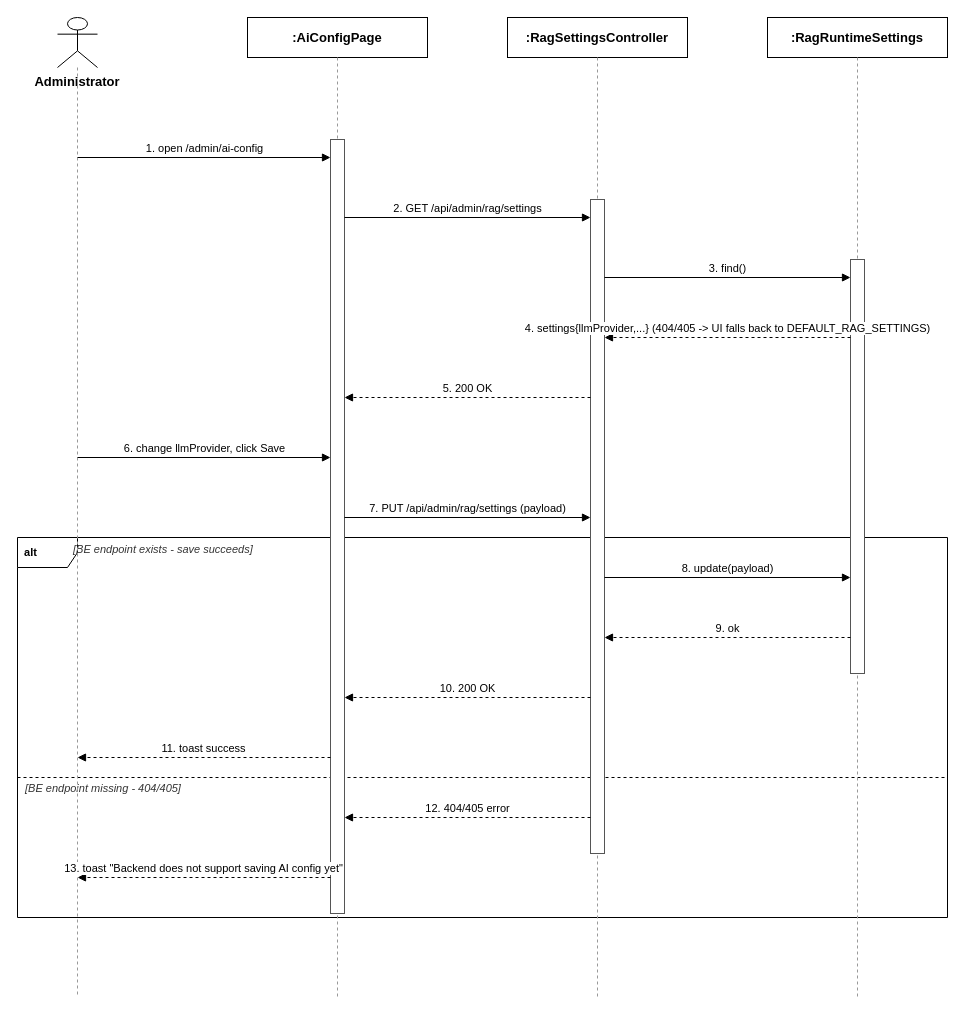
Before: docs/qa/sequence-diagrams/Report4_SequenceDiagram_SystemConfigurationManagement.drawio in tulklk/AI_Interview_Question_Generation_RAG_LLM_FE, a draw.io diagram. Source tidied: cells renumbered, new cells numbered last; positions are measured from the earlier drawing's top-left corner, leaving out a move shared by most shapes. Both pictures are drawn from the tidied source at 100%, with x=0, y=0 at pixel (17, 17).
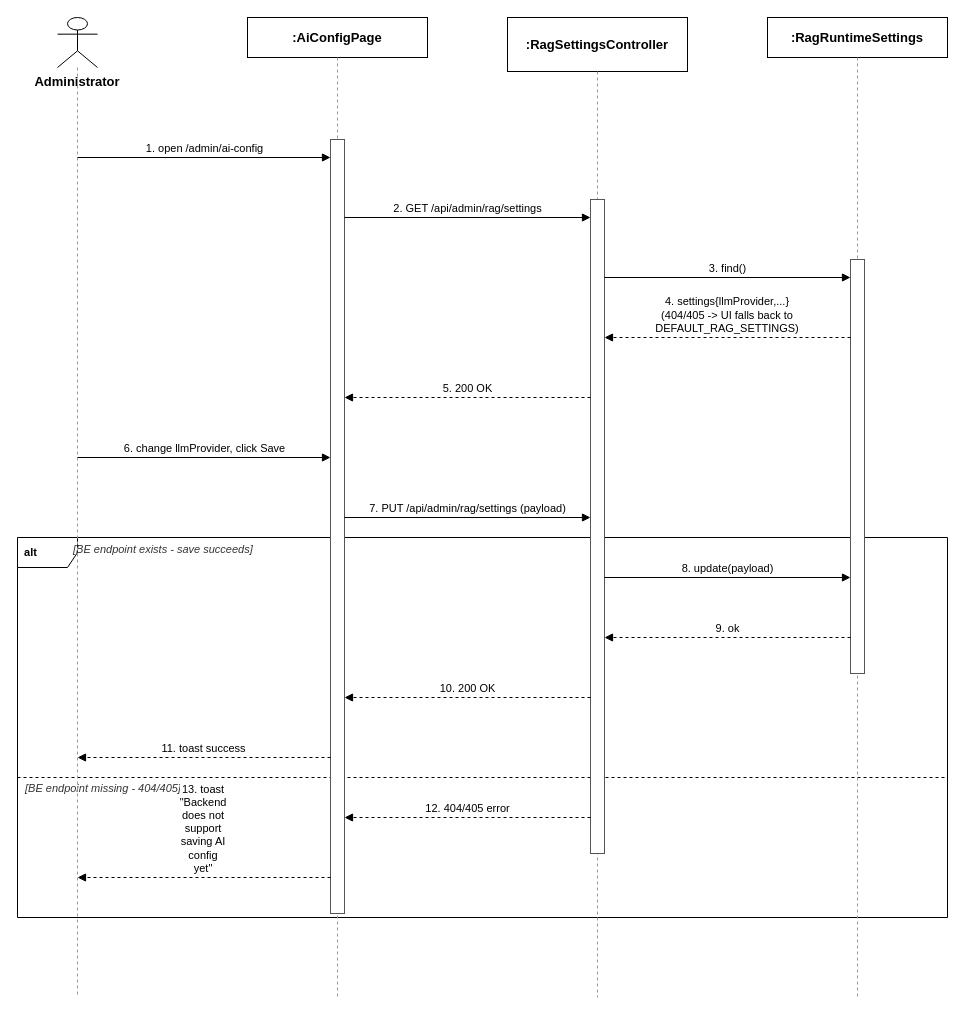
After the change.

The edit, as a diff of the source:
```diff
@@
     <mxCell id="10" value=":RagSettingsController" style="rounded=0;whiteSpace=wrap;html=1;fontSize=13;fillColor=#ffffff;strokeColor=#000000;fontStyle=1;" parent="1" vertex="1">
-      <mxGeometry x="490" width="180" height="40" as="geometry" />
+      <mxGeometry x="490" width="180" height="54" as="geometry" />
     </mxCell>
     <mxCell id="11" style="endArrow=none;dashed=1;html=1;strokeColor=#999999;" parent="1" edge="1">
       <mxGeometry relative="1" as="geometry">
-        <mxPoint x="580" y="40" as="sourcePoint" />
+        <mxPoint x="580" y="54" as="sourcePoint" />
         <mxPoint x="580" y="980" as="targetPoint" />
       </mxGeometry>
     </mxCell>
@@
-    <mxCell id="20" value="4. settings{llmProvider,...} (404/405 -&gt; UI falls back to DEFAULT_RAG_SETTINGS)" style="endArrow=block;endFill=1;html=1;dashed=1;fontSize=11;align=center;verticalAlign=bottom;labelBackgroundColor=#ffffff;strokeColor=#000000;" parent="1" edge="1">
+    <mxCell id="20" value="4. settings{llmProvider,...} (404/405 -&gt; UI falls back to DEFAULT_RAG_SETTINGS)" style="endArrow=block;endFill=1;html=1;whiteSpace=wrap;dashed=1;fontSize=11;align=center;verticalAlign=bottom;labelBackgroundColor=#ffffff;strokeColor=#000000;" parent="1" edge="1">
       <mxGeometry relative="1" as="geometry">
         <mxPoint x="833" y="320" as="sourcePoint" />
         <mxPoint x="587" y="320" as="targetPoint" />
       </mxGeometry>
     </mxCell>
@@
-    <mxCell id="29" value="13. toast &quot;Backend does not support saving AI config yet&quot;" style="endArrow=block;endFill=1;html=1;dashed=1;fontSize=11;align=center;verticalAlign=bottom;labelBackgroundColor=#ffffff;strokeColor=#000000;" parent="1" edge="1">
+    <mxCell id="29" value="13. toast &quot;Backend does not support saving AI config yet&quot;" style="endArrow=block;endFill=1;html=1;whiteSpace=wrap;dashed=1;fontSize=11;align=center;verticalAlign=bottom;labelBackgroundColor=#ffffff;strokeColor=#000000;" parent="1" edge="1">
       <mxGeometry relative="1" as="geometry">
         <mxPoint x="313" y="860" as="sourcePoint" />
         <mxPoint x="60" y="860" as="targetPoint" />
       </mxGeometry>
     </mxCell>
```
